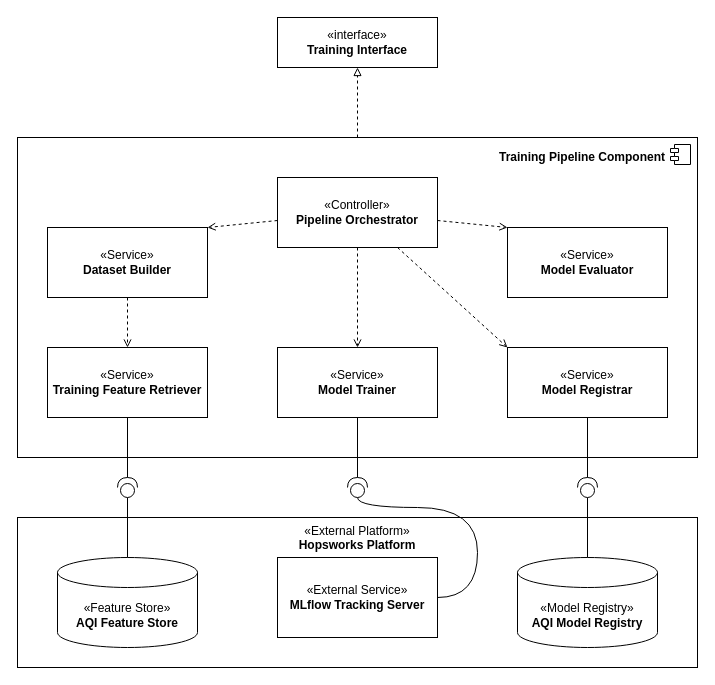
Earlier version of the draw.io diagram docs/03_architecture/diagrams/training_pipeline_component_diagram.drawio (Deadman621/pearls-aqi-predictor). Source tidied: cells renumbered, new cells numbered last; positions are measured from the earlier drawing's top-left corner, leaving out a move shared by most shapes. Both pictures are drawn from the tidied source at 100%, with x=0, y=0 at pixel (17, 17).
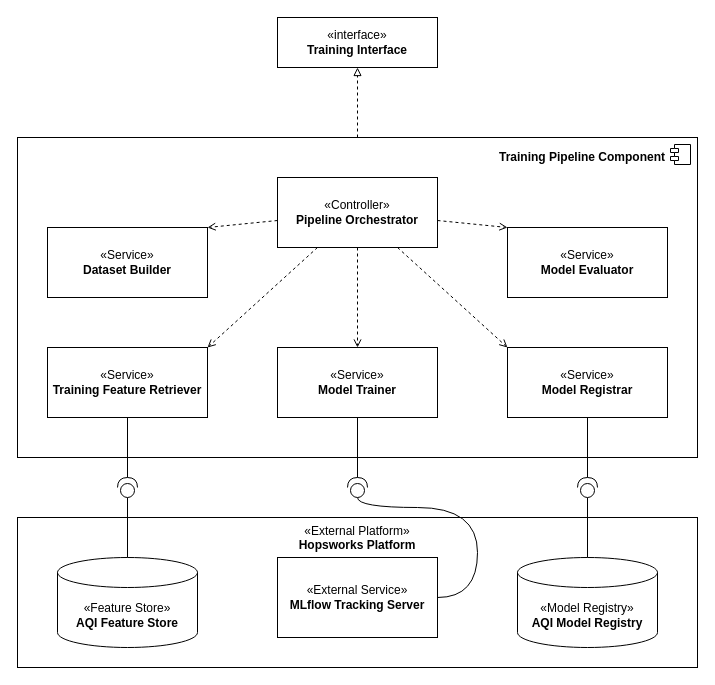
After the change.

Commit message (it also covers changes not shown here):
refactor(architecture): seperate training, fine tuning pipeline & add CLI layer

Unchanged cells that the change refers to:
```xml
<mxCell id="7" value="«Controller»&lt;br&gt;&lt;b&gt;Pipeline Orchestrator&lt;/b&gt;" style="html=1;whiteSpace=wrap;" parent="1" vertex="1">
  <mxGeometry x="260" y="160" width="160" height="70" as="geometry" />
</mxCell>
<mxCell id="9" value="«Service»&lt;br&gt;&lt;b&gt;Training Feature Retriever&lt;/b&gt;" style="html=1;whiteSpace=wrap;" parent="1" vertex="1">
  <mxGeometry x="30" y="330" width="160" height="70" as="geometry" />
</mxCell>
<mxCell id="11" value="«Service»&lt;br&gt;&lt;b&gt;Dataset Builder&lt;/b&gt;" style="html=1;whiteSpace=wrap;" parent="1" vertex="1">
  <mxGeometry x="30" y="210" width="160" height="70" as="geometry" />
</mxCell>
```

What changed in the source:
```diff
@@
-    <mxCell id="10" style="edgeStyle=none;html=1;entryX=0.5;entryY=0;entryDx=0;entryDy=0;dashed=1;endArrow=open;endFill=0;" parent="1" edge="1" source="11" target="9">
+    <mxCell id="10" style="edgeStyle=none;html=1;entryX=1;entryY=0;entryDx=0;entryDy=0;dashed=1;endArrow=open;endFill=0;exitX=0.25;exitY=1;exitDx=0;exitDy=0;" parent="1" edge="1" source="7" target="9">
       <mxGeometry relative="1" as="geometry" />
     </mxCell>
```
